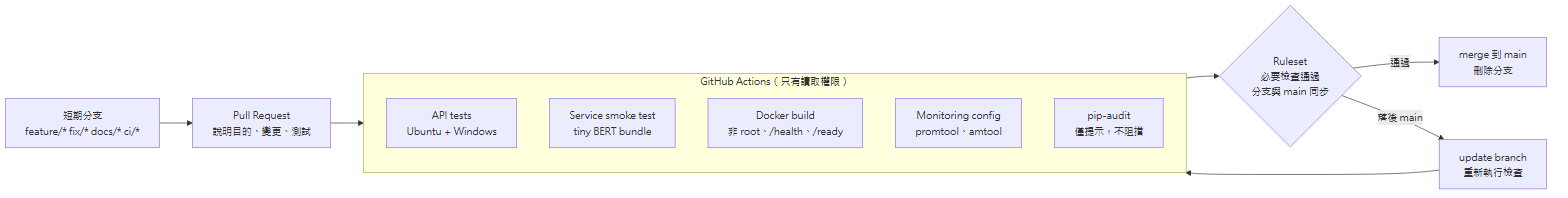
show20130831/Medical-Specialty-Triage-System keeps this Mermaid diagram as docs/diagrams/output/4-ci-git-flow.png. Above is the earlier version. Its source is kept beside it as docs/diagrams/src/4-ci-git-flow.mmd.
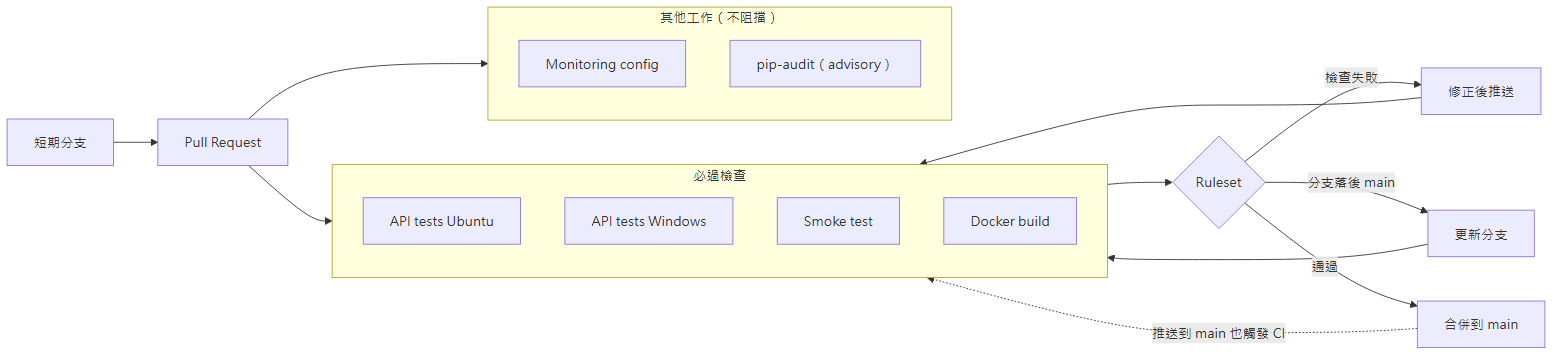
Above is the later version.

What changed in the source:
```diff
@@ -1,14 +1,21 @@
 flowchart LR
-    branch["短期分支<br/>feature/* fix/* docs/* ci/*"] --> pr["Pull Request<br/>說明目的、變更、測試"]
-    pr --> checks
-    subgraph checks["GitHub Actions（只有讀取權限）"]
+    branch["短期分支"] --> pr["Pull Request"]
+    pr --> required
+    pr --> other
+    subgraph required["必過檢查"]
         direction TB
-        t1["API tests<br/>Ubuntu + Windows"]
-        t2["Service smoke test<br/>tiny BERT bundle"]
-        t3["Docker build<br/>非 root、/health、/ready"]
-        t4["Monitoring config<br/>promtool、amtool"]
-        t5["pip-audit<br/>僅提示，不阻擋"]
+        t1["API tests Ubuntu"]
+        t2["API tests Windows"]
+        t3["Smoke test"]
+        t4["Docker build"]
     end
-    checks --> rule{"Ruleset<br/>必要檢查通過<br/>分支與 main 同步"}
-    rule -- "通過" --> main["merge 到 main<br/>刪除分支"]
-    rule -- "落後 main" --> update["update branch<br/>重新執行檢查"] --> checks
+    subgraph other["其他工作（不阻擋）"]
+        direction TB
+        t5["Monitoring config"]
+        t6["pip-audit（advisory）"]
+    end
+    required --> rule{"Ruleset"}
+    rule -- "檢查失敗" --> fix["修正後推送"] --> required
+    rule -- "分支落後 main" --> update["更新分支"] --> required
+    rule -- "通過" --> main["合併到 main"]
+    main -. "推送到 main 也觸發 CI" .-> required
```
